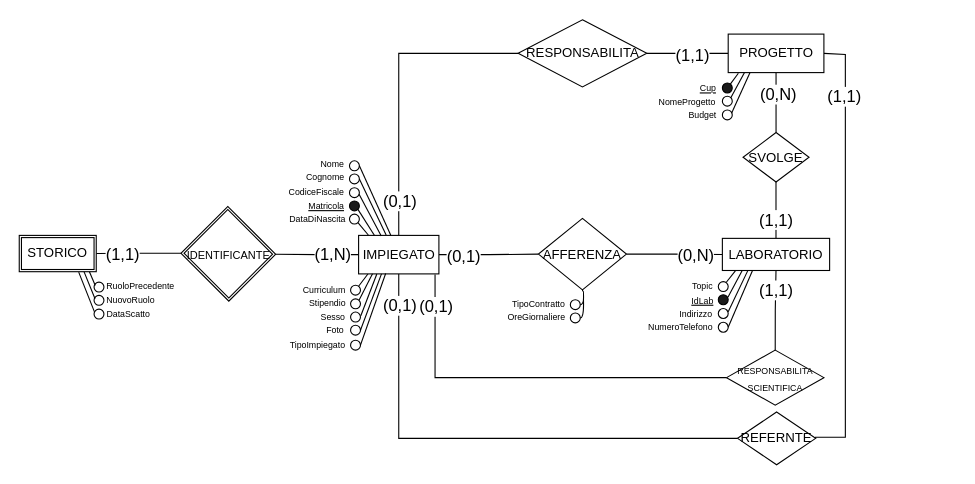
Above: DIAGRAMMI E MAPPING/Ristrutturato/Ristrutturato_E:R.drawio in terrecruis/Progetto-Azienda (draw.io), before the change. Source tidied: cells renumbered, new cells numbered last; positions are measured from the earlier drawing's top-left corner, leaving out a move shared by most shapes. Both pictures are drawn from the tidied source at 110%, with x=0, y=0 at pixel (19, 19).
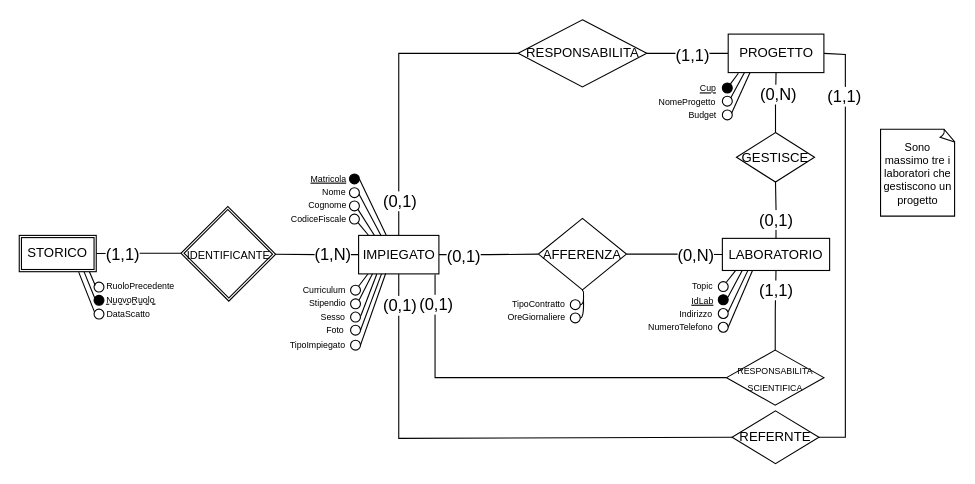
The same page after the edit.

Commit message (it also covers changes not shown here):
fix del modello E/R in linea con l'UML

Unchanged cells that the change refers to:
```xml
<mxCell id="6" style="edgeStyle=orthogonalEdgeStyle;rounded=0;jettySize=auto;html=1;endArrow=none;endFill=0;exitX=0.5;exitY=0;exitDx=0;exitDy=0;labelBackgroundColor=none;fontColor=default;" parent="1" edge="1" source="32" target="15">
  <mxGeometry relative="1" as="geometry" />
</mxCell>
<mxCell id="26" style="endArrow=none;html=1;entryX=0;entryY=0.5;entryDx=0;entryDy=0;edgeStyle=orthogonalEdgeStyle;rounded=0;labelBackgroundColor=none;fontColor=default;" parent="1" edge="1" target="28">
  <mxGeometry relative="1" as="geometry">
    <mxPoint x="378" y="232" as="sourcePoint" />
    <Array as="points">
      <mxPoint x="378" y="325" />
    </Array>
  </mxGeometry>
</mxCell>
<mxCell id="31" value="IMPIEGATO" style="rounded=0;whiteSpace=wrap;html=1;labelBackgroundColor=none;" parent="1" vertex="1">
  <mxGeometry x="308.5" y="196.5" width="73" height="35" as="geometry" />
</mxCell>
```

Diff of the diagram source:
```diff
@@
-    <mxCell id="7" value="(1,1)" style="edgeLabel;html=1;align=center;verticalAlign=middle;fontSize=15;" parent="6" vertex="1">
+    <mxCell id="7" value="(0,1)" style="edgeLabel;html=1;align=center;verticalAlign=middle;fontSize=15;" parent="6" vertex="1">
       <mxGeometry x="-0.38" y="-1" relative="1" as="geometry">
         <mxPoint x="-1" y="-2" as="offset" />
       </mxGeometry>
     </mxCell>
@@
-    <mxCell id="15" value="SVOLGE" style="rhombus;whiteSpace=wrap;html=1;rounded=0;labelBackgroundColor=none;" parent="1" vertex="1">
-      <mxGeometry x="658" y="103" width="60" height="45" as="geometry" />
+    <mxCell id="15" value="GESTISCE" style="rhombus;whiteSpace=wrap;html=1;rounded=0;labelBackgroundColor=none;" parent="1" vertex="1">
+      <mxGeometry x="652" y="103" width="71" height="45" as="geometry" />
     </mxCell>
@@
     <mxCell id="21" value="REFERNTE" style="rhombus;whiteSpace=wrap;html=1;rounded=0;labelBackgroundColor=none;fillColor=default;" parent="1" vertex="1">
-      <mxGeometry x="653" y="357" width="71" height="48" as="geometry" />
+      <mxGeometry x="648" y="356" width="79" height="48" as="geometry" />
     </mxCell>
@@
     <mxCell id="27" value="(0,1)" style="edgeLabel;html=1;align=center;verticalAlign=middle;fontSize=15;" parent="26" vertex="1">
       <mxGeometry x="-0.9" y="-2" relative="1" as="geometry">
-        <mxPoint x="2" y="10" as="offset" />
+        <mxPoint x="2" y="8" as="offset" />
       </mxGeometry>
     </mxCell>
@@
-    <mxCell id="38" style="ellipse;whiteSpace=wrap;html=1;" parent="1" vertex="1">
+    <mxCell id="38" style="ellipse;whiteSpace=wrap;html=1;fillColor=#000000;" parent="1" vertex="1">
       <mxGeometry x="300.2" y="140.7" width="9" height="9" as="geometry" />
     </mxCell>
@@
-    <mxCell id="40" style="ellipse;whiteSpace=wrap;html=1;fillColor=#1A1A1A;" parent="1" vertex="1">
+    <mxCell id="40" style="ellipse;whiteSpace=wrap;html=1;fillColor=#ffffff;" parent="1" vertex="1">
       <mxGeometry x="300.2" y="165.2" width="9" height="9" as="geometry" />
     </mxCell>
@@
     <mxCell id="50" value="&lt;font style=&quot;font-size: 8px;&quot;&gt;Nome&lt;/font&gt;" style="text;html=1;strokeColor=none;fillColor=none;align=center;verticalAlign=middle;whiteSpace=wrap;rounded=0;fontSize=10;" parent="1" vertex="1">
-      <mxGeometry x="255" y="123" width="60" height="16" as="geometry" />
+      <mxGeometry x="269" y="148" width="35" height="16" as="geometry" />
     </mxCell>
     <mxCell id="51" value="Cognome" style="text;html=1;align=center;verticalAlign=middle;strokeColor=none;fillColor=none;fontSize=8;" parent="1" vertex="1">
-      <mxGeometry x="251" y="133" width="53" height="22" as="geometry" />
+      <mxGeometry x="253" y="158" width="53" height="22" as="geometry" />
     </mxCell>
     <mxCell id="52" value="CodiceFiscale" style="text;html=1;align=center;verticalAlign=middle;strokeColor=none;fillColor=none;fontSize=8;" parent="1" vertex="1">
-      <mxGeometry x="236" y="146" width="68" height="22" as="geometry" />
+      <mxGeometry x="238" y="170.7" width="68" height="22" as="geometry" />
     </mxCell>
-    <mxCell id="53" value="DataDiNascita" style="text;html=1;align=center;verticalAlign=middle;strokeColor=none;fillColor=none;fontSize=8;" parent="1" vertex="1">
-      <mxGeometry x="236" y="170.7" width="69" height="22" as="geometry" />
-    </mxCell>
@@
-    <mxCell id="60" style="ellipse;whiteSpace=wrap;html=1;" parent="1" vertex="1">
+    <mxCell id="60" style="ellipse;whiteSpace=wrap;html=1;fillColor=#000000;" parent="1" vertex="1">
       <mxGeometry x="68" y="251" width="9" height="9" as="geometry" />
     </mxCell>
@@
-    <mxCell id="65" style="ellipse;whiteSpace=wrap;html=1;gradientColor=none;fillColor=#1A1A1A;" parent="1" vertex="1">
+    <mxCell id="65" style="ellipse;whiteSpace=wrap;html=1;gradientColor=none;fillColor=#000000;" parent="1" vertex="1">
       <mxGeometry x="635.5" y="250.5" width="9" height="9" as="geometry" />
     </mxCell>
@@
-    <mxCell id="73" style="ellipse;whiteSpace=wrap;html=1;fillColor=#1A1A1A;" parent="1" vertex="1">
+    <mxCell id="73" style="ellipse;whiteSpace=wrap;html=1;fillColor=#000000;" parent="1" vertex="1">
       <mxGeometry x="639.2" y="58" width="9" height="9" as="geometry" />
     </mxCell>
@@
-    <mxCell id="96" value="&lt;font style=&quot;font-size: 8px;&quot;&gt;NuovoRuolo&lt;/font&gt;" style="text;html=1;align=center;verticalAlign=middle;points=[];strokeColor=none;fillColor=none;" parent="1" vertex="1">
-      <mxGeometry x="70" y="241" width="62" height="26" as="geometry" />
-    </mxCell>
@@
-    <mxCell id="99" style="ellipse;whiteSpace=wrap;html=1;" parent="1" vertex="1">
-      <mxGeometry x="300.2" y="128.7" width="9" height="9" as="geometry" />
-    </mxCell>
-    <mxCell id="100" style="endArrow=none;html=1;rounded=0;fontSize=15;exitX=0.402;exitY=0;exitDx=0;exitDy=0;exitPerimeter=0;entryX=1;entryY=0.5;entryDx=0;entryDy=0;" parent="1" edge="1" source="31" target="99">
-      <mxGeometry relative="1" as="geometry" />
-    </mxCell>
@@
     <mxCell id="102" value="&lt;font style=&quot;font-size: 8px;&quot;&gt;&lt;u&gt;Matricola&lt;/u&gt;&lt;/font&gt;" style="text;html=1;align=center;verticalAlign=middle;strokeColor=none;fillColor=none;fontSize=15;" parent="1" vertex="1">
-      <mxGeometry x="254" y="152" width="50" height="30" as="geometry" />
+      <mxGeometry x="256" y="127" width="50" height="30" as="geometry" />
     </mxCell>
@@
+    <mxCell id="96" value="NuovoRuolo" style="text;html=1;strokeColor=none;fillColor=none;align=center;verticalAlign=middle;whiteSpace=wrap;rounded=0;fontSize=8;" parent="1" vertex="1">
+      <mxGeometry x="78" y="250" width="47" height="9" as="geometry" />
+    </mxCell>
+    <mxCell id="104" style="endArrow=none;dashed=1;html=1;rounded=0;fontSize=8;fillColor=#ffffff;entryX=1;entryY=1;entryDx=0;entryDy=0;exitX=0.017;exitY=1.012;exitDx=0;exitDy=0;exitPerimeter=0;" parent="1" edge="1" source="96" target="96">
+      <mxGeometry relative="1" as="geometry" />
+    </mxCell>
+    <mxCell id="105" value="&lt;font style=&quot;font-size: 10px;&quot;&gt;Sono massimo tre i laboratori che gestiscono un progetto&lt;/font&gt;" style="whiteSpace=wrap;html=1;shape=mxgraph.basic.document;fontSize=8;fillColor=#ffffff;" parent="1" vertex="1">
+      <mxGeometry x="783" y="100" width="68" height="79" as="geometry" />
+    </mxCell>
```
